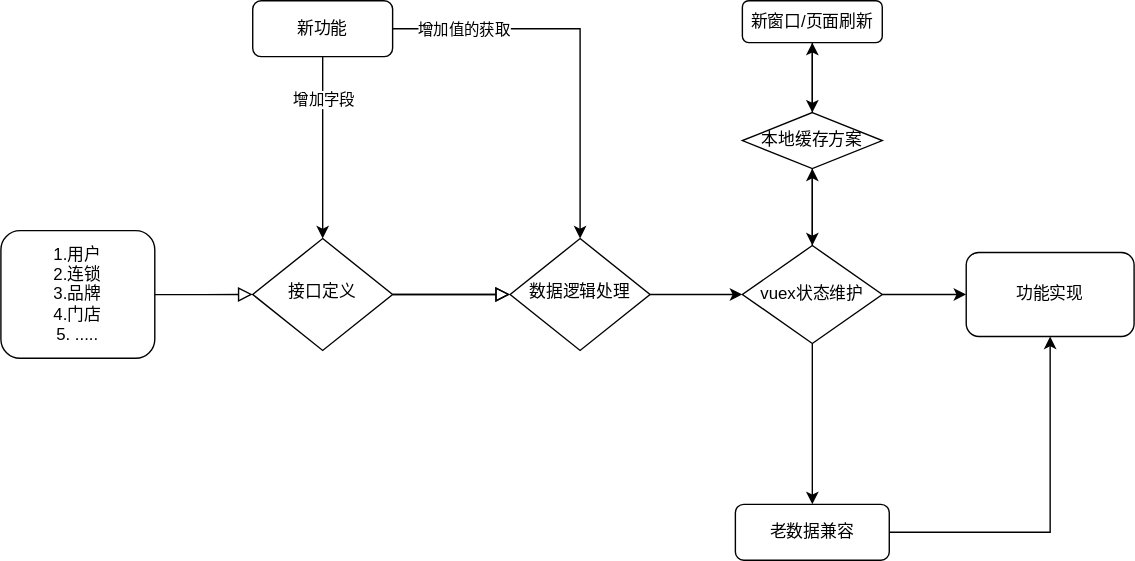
Earlier version of the draw.io export draw/v3_vuex.drawio.svg (Mochen07/vuepress-note). Source tidied: cells renumbered, new cells last; positions are measured from the earlier drawing's top-left corner, leaving out a move shared by most shapes.
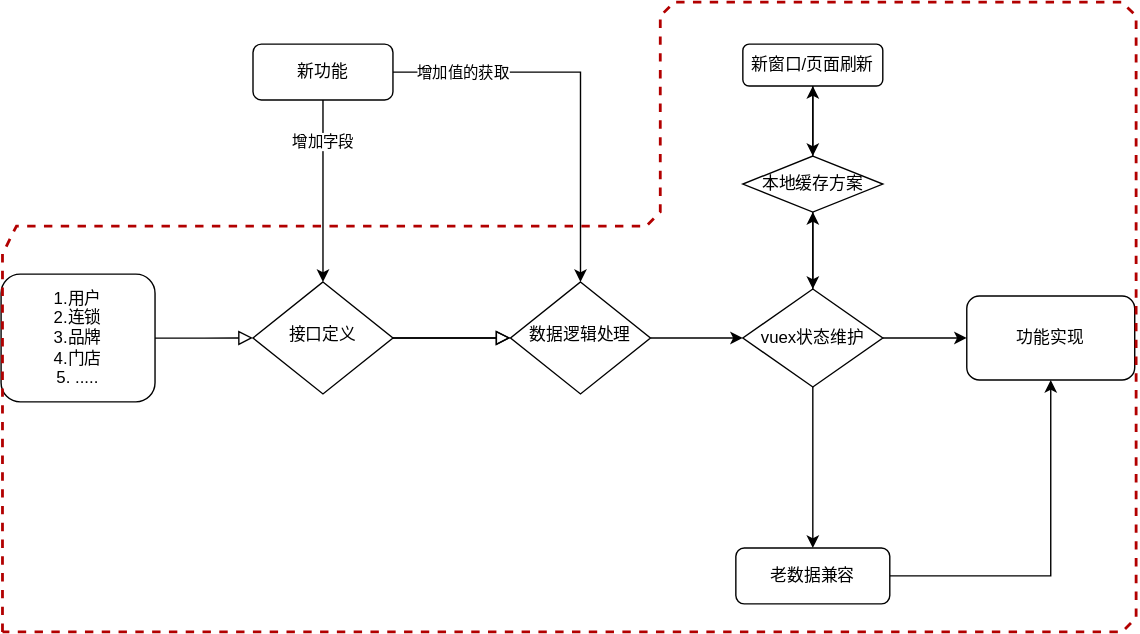
After the change.

The edit, as a diff of the source:
```diff
@@ -80,5 +80,23 @@
     <mxCell id="25" value="老数据兼容" style="rounded=1;whiteSpace=wrap;html=1;" parent="1" vertex="1">
       <mxGeometry x="525" y="360" width="110" height="40" as="geometry" />
     </mxCell>
+    <mxCell id="26" style="endArrow=none;dashed=1;html=1;rounded=0;fillColor=#e51400;strokeColor=#B20000;strokeWidth=2;" parent="1" edge="1">
+      <mxGeometry relative="1" as="geometry">
+        <mxPoint x="1" y="420" as="sourcePoint" />
+        <mxPoint x="1" y="420" as="targetPoint" />
+        <Array as="points">
+          <mxPoint x="1" y="150" />
+          <mxPoint x="11" y="130" />
+          <mxPoint x="461" y="130" />
+          <mxPoint x="471" y="120" />
+          <mxPoint x="471" y="-20" />
+          <mxPoint x="481" y="-30" />
+          <mxPoint x="801" y="-30" />
+          <mxPoint x="811" y="-20" />
+          <mxPoint x="811" y="410" />
+          <mxPoint x="801" y="420" />
+        </Array>
+      </mxGeometry>
+    </mxCell>
   </root>
 </mxGraphModel>
```
